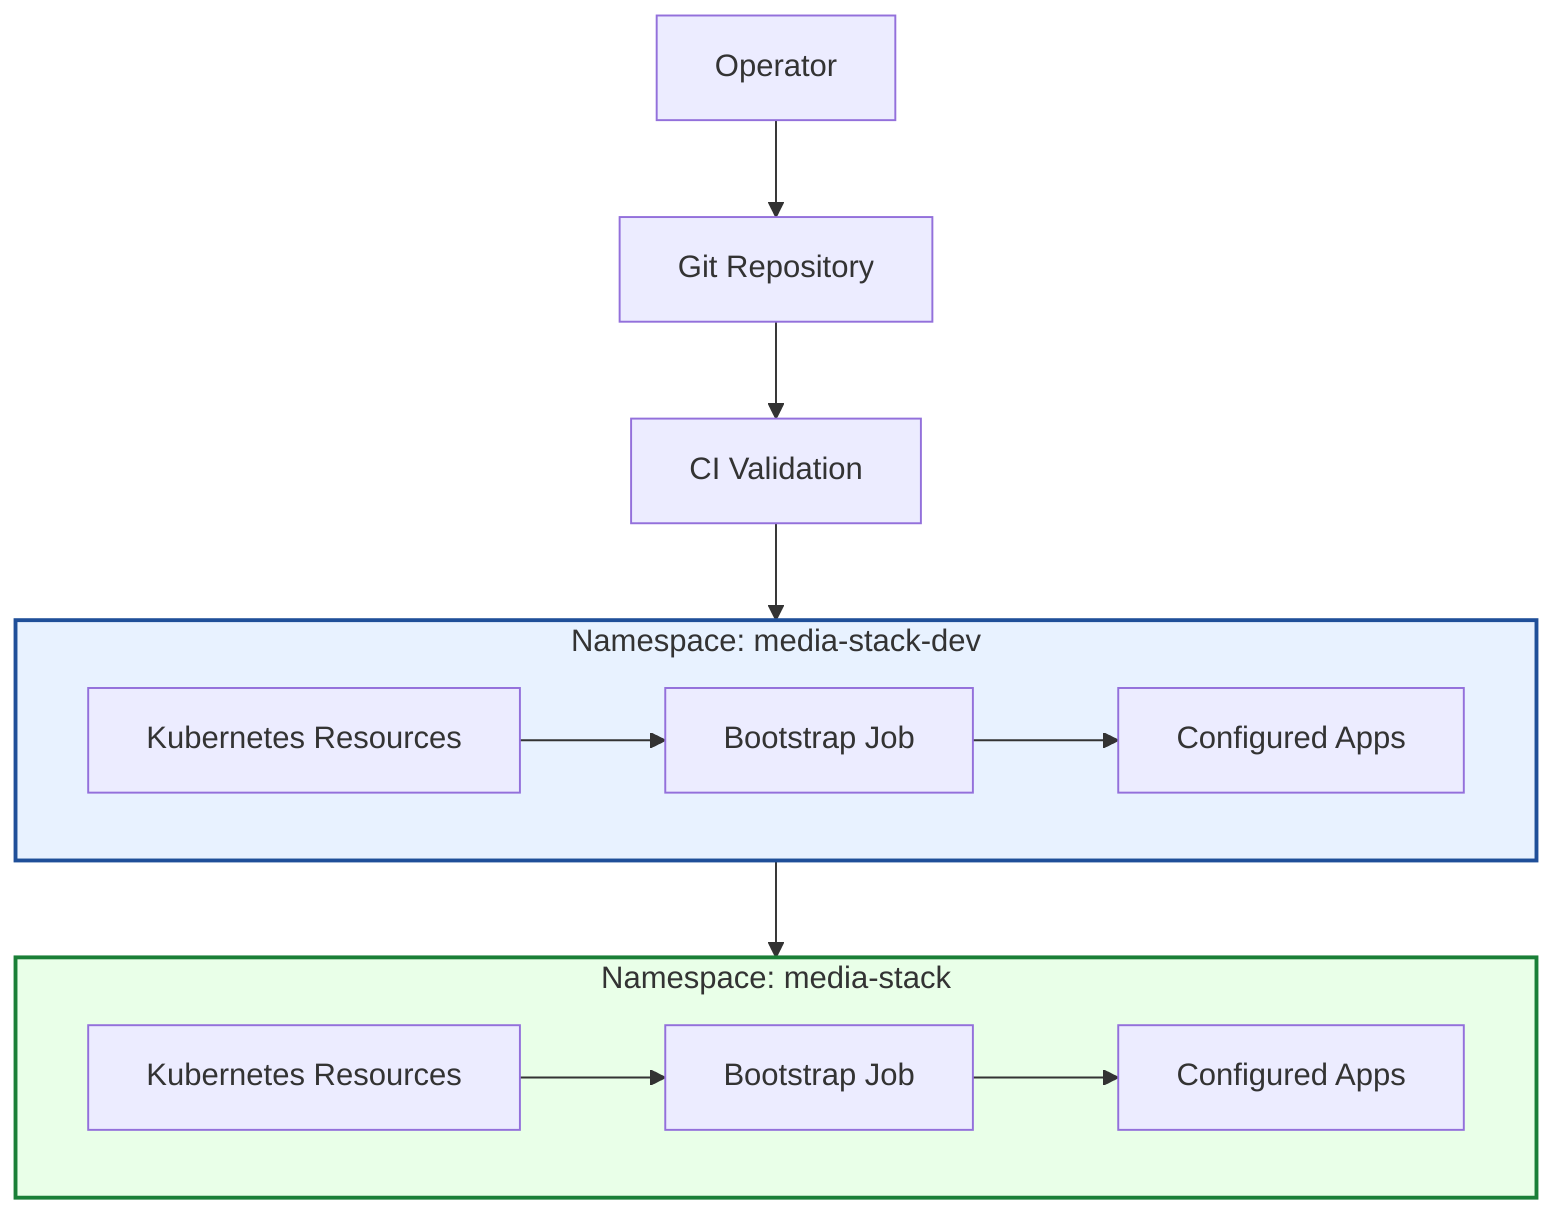
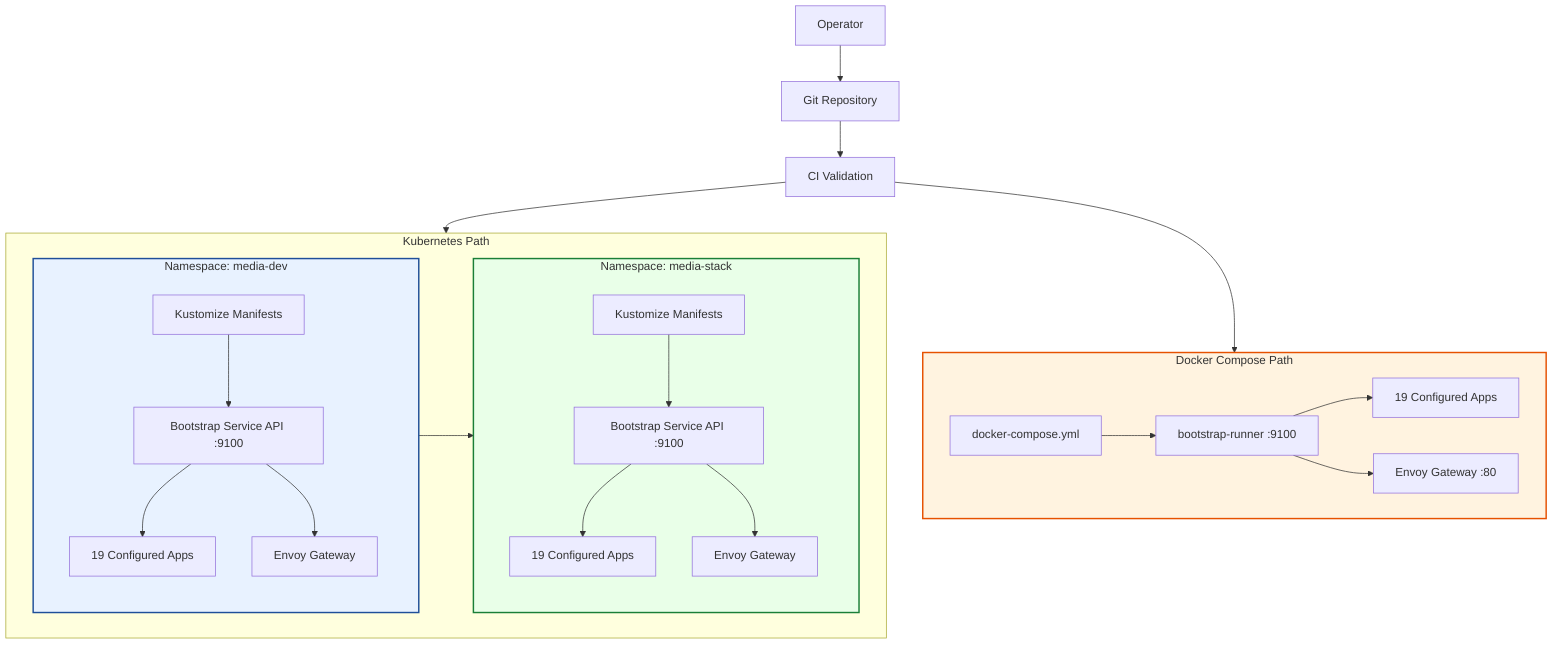
flowchart TB
  OP[Operator]
  GIT[Git Repository]
  CI[CI Validation]

-   subgraph ENV1[Namespace: media-stack-dev]
-     K8S1[Kubernetes Resources]
-     BOOT1[Bootstrap Job]
-     APPS1[Configured Apps]
+   subgraph K8S[Kubernetes Path]
+     subgraph ENV1[Namespace: media-dev]
+       K8S1[Kustomize Manifests]
+       BOOT1[Bootstrap Service API :9100]
+       ENVOY1[Envoy Gateway]
+       APPS1[19 Configured Apps]
+     end
+     subgraph ENV2[Namespace: media-stack]
+       K8S2[Kustomize Manifests]
+       BOOT2[Bootstrap Service API :9100]
+       ENVOY2[Envoy Gateway]
+       APPS2[19 Configured Apps]
+     end
  end

-   subgraph ENV2[Namespace: media-stack]
-     K8S2[Kubernetes Resources]
-     BOOT2[Bootstrap Job]
-     APPS2[Configured Apps]
+   subgraph COMPOSE[Docker Compose Path]
+     DC[docker-compose.yml]
+     BOOT3[bootstrap-runner :9100]
+     ENVOY3[Envoy Gateway :80]
+     APPS3[19 Configured Apps]
  end

  OP --> GIT
  GIT --> CI
-   CI --> ENV1
+   CI --> K8S
+   CI --> COMPOSE
  ENV1 --> ENV2

  K8S1 --> BOOT1 --> APPS1
+   BOOT1 --> ENVOY1
  K8S2 --> BOOT2 --> APPS2
+   BOOT2 --> ENVOY2
+ 
+   DC --> BOOT3 --> APPS3
+   BOOT3 --> ENVOY3

  style ENV1 fill:#e8f2ff,stroke:#1f4f99,stroke-width:2px
  style ENV2 fill:#e9ffe8,stroke:#1a7f37,stroke-width:2px
+   style COMPOSE fill:#fff3e0,stroke:#e65100,stroke-width:2px
